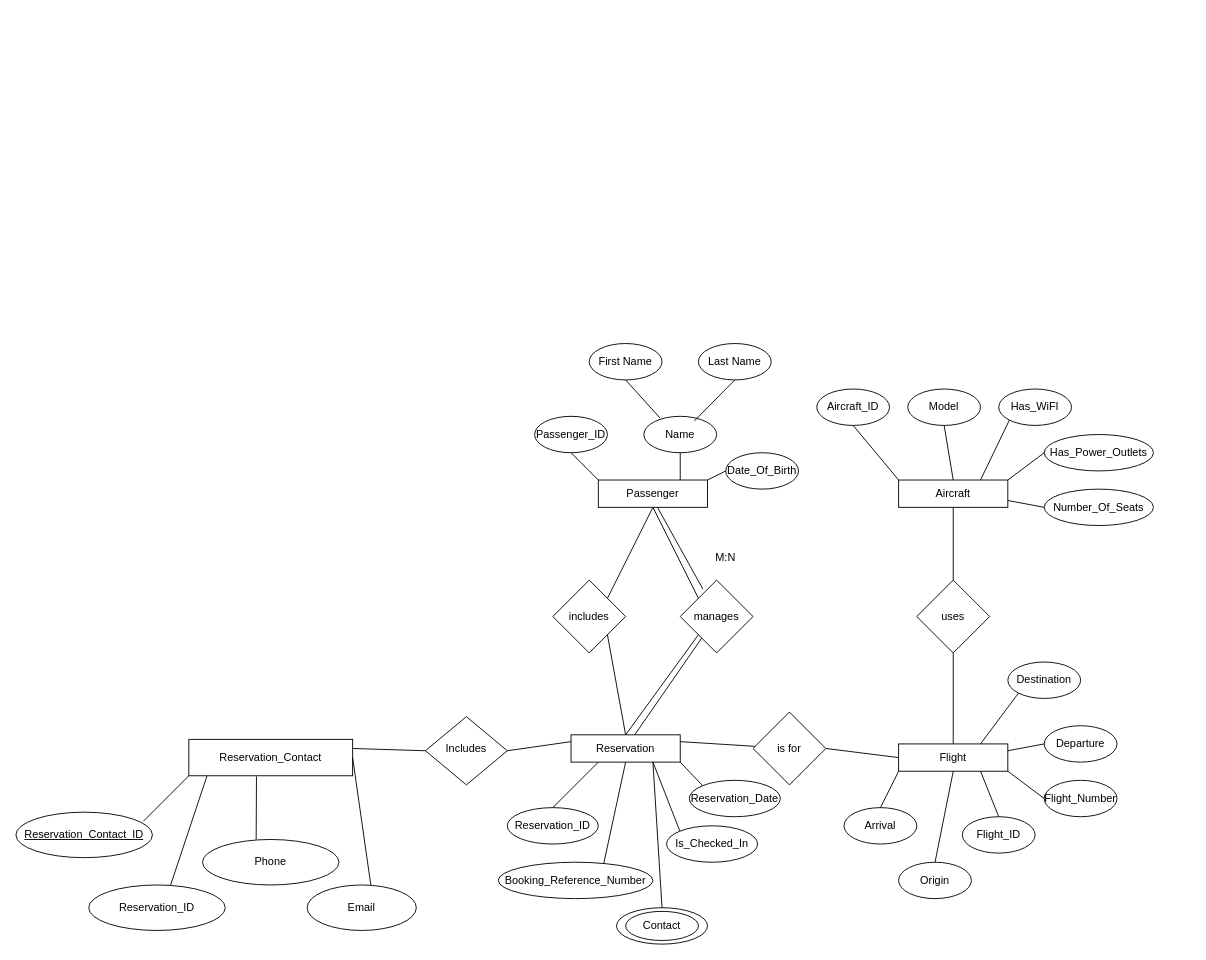
Earlier version of the draw.io diagram page "Page-1" (1 of 2) of diagrams/snoopy-airlines-eer.drawio (Persona5-Joker/4347-Database-Project-Snoopy-Airlines-). Source tidied: cells renumbered, new cells numbered last; positions are measured from the earlier drawing's top-left corner, leaving out a move shared by most shapes. Both pictures are drawn from the tidied source at 91%, with x=0, y=0 at pixel (15, 343).
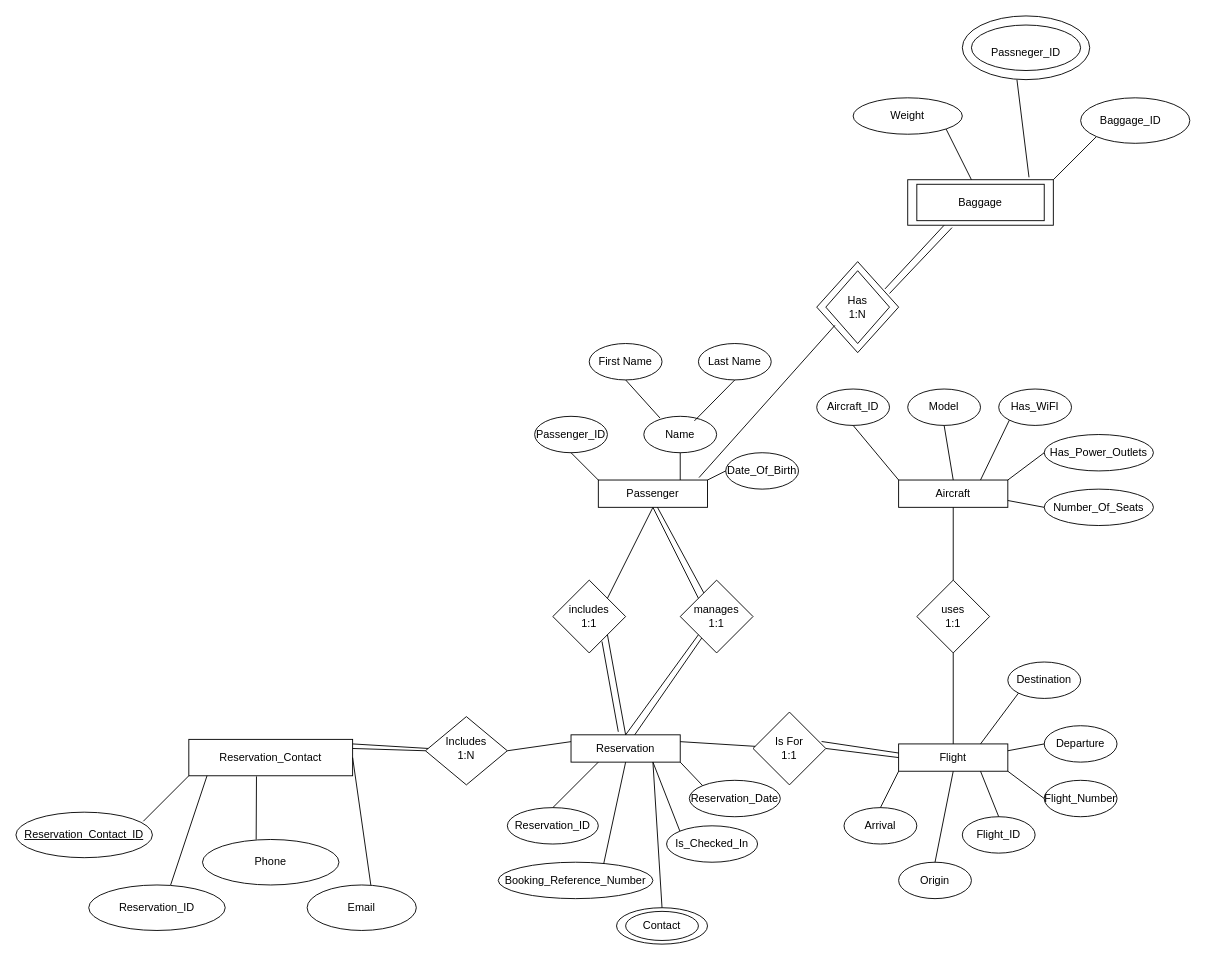
The same page after the edit.

Unchanged cells that the change refers to:
```xml
<mxCell id="2" value="Passenger" style="rounded=0;whiteSpace=wrap;html=1;" parent="1" vertex="1">
  <mxGeometry x="640" y="150" width="120" height="30" as="geometry" />
</mxCell>
<mxCell id="6" value="Reservation" style="rounded=0;whiteSpace=wrap;html=1;" parent="1" vertex="1">
  <mxGeometry x="610" y="430" width="120" height="30" as="geometry" />
</mxCell>
<mxCell id="76" style="rhombus;whiteSpace=wrap;html=1;" parent="1" vertex="1">
  <mxGeometry x="450" y="410" width="90" height="75" as="geometry" />
</mxCell>
```

What changed in the source:
```diff
@@
-    <mxCell id="5" value="uses" style="rhombus;whiteSpace=wrap;html=1;" parent="1" vertex="1">
+    <mxCell id="5" value="uses&lt;div&gt;1:1&lt;/div&gt;" style="rhombus;whiteSpace=wrap;html=1;" parent="1" vertex="1">
       <mxGeometry x="990" y="260" width="80" height="80" as="geometry" />
     </mxCell>
@@
-    <mxCell id="7" value="includes" style="rhombus;whiteSpace=wrap;html=1;" parent="1" vertex="1">
+    <mxCell id="7" value="includes&lt;div&gt;1:1&lt;/div&gt;" style="rhombus;whiteSpace=wrap;html=1;" parent="1" vertex="1">
       <mxGeometry x="590" y="260" width="80" height="80" as="geometry" />
     </mxCell>
@@
-    <mxCell id="10" value="is for" style="rhombus;whiteSpace=wrap;html=1;" parent="1" vertex="1">
+    <mxCell id="10" value="Is For&lt;div&gt;1:1&lt;/div&gt;" style="rhombus;whiteSpace=wrap;html=1;" parent="1" vertex="1">
       <mxGeometry x="810" y="405" width="80" height="80" as="geometry" />
     </mxCell>
@@
-    <mxCell id="15" value="manages" style="rhombus;whiteSpace=wrap;html=1;" parent="1" vertex="1">
+    <mxCell id="15" value="manages&lt;div&gt;1:1&lt;/div&gt;" style="rhombus;whiteSpace=wrap;html=1;" parent="1" vertex="1">
       <mxGeometry x="730" y="260" width="80" height="80" as="geometry" />
     </mxCell>
@@
-    <mxCell id="78" value="Includes" style="text;strokeColor=none;align=center;fillColor=none;html=1;verticalAlign=middle;whiteSpace=wrap;rounded=0;" parent="1" vertex="1">
+    <mxCell id="78" value="Includes&lt;div&gt;1:N&lt;/div&gt;" style="text;strokeColor=none;align=center;fillColor=none;html=1;verticalAlign=middle;whiteSpace=wrap;rounded=0;" parent="1" vertex="1">
       <mxGeometry x="465" y="430" width="60" height="30" as="geometry" />
     </mxCell>
@@
-    <mxCell id="80" value="M:N" style="text;strokeColor=none;align=center;fillColor=none;html=1;verticalAlign=middle;whiteSpace=wrap;rounded=0;" parent="1" vertex="1">
-      <mxGeometry x="750" y="220" width="60" height="30" as="geometry" />
-    </mxCell>
-    <mxCell id="81" style="endArrow=none;html=1;rounded=0;exitX=0.375;exitY=0.125;exitDx=0;exitDy=0;exitPerimeter=0;" parent="1" edge="1">
+    <mxCell id="81" style="endArrow=none;html=1;rounded=0;" parent="1" edge="1" source="15">
       <mxGeometry relative="1" as="geometry">
-        <mxPoint x="755" y="270" as="sourcePoint" />
         <mxPoint x="705" y="180" as="targetPoint" />
       </mxGeometry>
     </mxCell>
+    <mxCell id="82" style="rounded=0;whiteSpace=wrap;html=1;" parent="1" vertex="1">
+      <mxGeometry x="980" y="-180" width="160" height="50" as="geometry" />
+    </mxCell>
+    <mxCell id="83" style="endArrow=none;html=1;rounded=0;" parent="1" edge="1">
+      <mxGeometry relative="1" as="geometry">
+        <mxPoint x="1140" y="-180" as="sourcePoint" />
+        <mxPoint x="1190" y="-230" as="targetPoint" />
+      </mxGeometry>
+    </mxCell>
+    <mxCell id="84" style="ellipse;whiteSpace=wrap;html=1;" parent="1" vertex="1">
+      <mxGeometry x="1170" y="-270" width="120" height="50" as="geometry" />
+    </mxCell>
+    <mxCell id="85" value="Baggage_ID" style="text;strokeColor=none;align=center;fillColor=none;html=1;verticalAlign=middle;whiteSpace=wrap;rounded=0;" parent="1" vertex="1">
+      <mxGeometry x="1180" y="-260" width="90" height="30" as="geometry" />
+    </mxCell>
+    <mxCell id="86" style="endArrow=none;html=1;rounded=0;exitX=0.833;exitY=-0.053;exitDx=0;exitDy=0;exitPerimeter=0;" parent="1" edge="1" source="82">
+      <mxGeometry relative="1" as="geometry">
+        <mxPoint x="1100" y="-290" as="targetPoint" />
+      </mxGeometry>
+    </mxCell>
+    <mxCell id="87" style="ellipse;whiteSpace=wrap;html=1;" parent="1" vertex="1">
+      <mxGeometry x="1040" y="-360" width="140" height="70" as="geometry" />
+    </mxCell>
+    <mxCell id="88" style="ellipse;whiteSpace=wrap;html=1;" parent="1" vertex="1">
+      <mxGeometry x="1050" y="-350" width="120" height="50" as="geometry" />
+    </mxCell>
+    <mxCell id="89" value="Passneger_ID" style="text;strokeColor=none;align=center;fillColor=none;html=1;verticalAlign=middle;whiteSpace=wrap;rounded=0;" parent="1" vertex="1">
+      <mxGeometry x="1070" y="-340" width="80" height="40" as="geometry" />
+    </mxCell>
+    <mxCell id="90" style="rounded=0;whiteSpace=wrap;html=1;" parent="1" vertex="1">
+      <mxGeometry x="990" y="-175" width="140" height="40" as="geometry" />
+    </mxCell>
+    <mxCell id="91" value="Baggage" style="text;strokeColor=none;align=center;fillColor=none;html=1;verticalAlign=middle;whiteSpace=wrap;rounded=0;" parent="1" vertex="1">
+      <mxGeometry x="1010" y="-170" width="100" height="30" as="geometry" />
+    </mxCell>
+    <mxCell id="92" style="rhombus;whiteSpace=wrap;html=1;" parent="1" vertex="1">
+      <mxGeometry x="880" y="-90" width="90" height="100" as="geometry" />
+    </mxCell>
+    <mxCell id="93" style="rhombus;whiteSpace=wrap;html=1;" parent="1" vertex="1">
+      <mxGeometry x="890" y="-80" width="70" height="80" as="geometry" />
+    </mxCell>
+    <mxCell id="94" value="Has&lt;div&gt;1:N&lt;/div&gt;" style="text;strokeColor=none;align=center;fillColor=none;html=1;verticalAlign=middle;whiteSpace=wrap;rounded=0;" parent="1" vertex="1">
+      <mxGeometry x="895" y="-55" width="60" height="30" as="geometry" />
+    </mxCell>
+    <mxCell id="95" style="endArrow=none;html=1;rounded=0;exitX=0.922;exitY=-0.089;exitDx=0;exitDy=0;exitPerimeter=0;" parent="1" edge="1" source="2">
+      <mxGeometry relative="1" as="geometry">
+        <mxPoint x="900" y="-20" as="targetPoint" />
+      </mxGeometry>
+    </mxCell>
+    <mxCell id="96" style="endArrow=none;html=1;rounded=0;" parent="1" edge="1">
+      <mxGeometry relative="1" as="geometry">
+        <mxPoint x="955" y="-60" as="sourcePoint" />
+        <mxPoint x="1020" y="-130" as="targetPoint" />
+      </mxGeometry>
+    </mxCell>
+    <mxCell id="97" style="endArrow=none;html=1;rounded=0;" parent="1" edge="1">
+      <mxGeometry relative="1" as="geometry">
+        <mxPoint x="1050" y="-180" as="sourcePoint" />
+        <mxPoint x="1020" y="-240" as="targetPoint" />
+      </mxGeometry>
+    </mxCell>
+    <mxCell id="98" style="ellipse;whiteSpace=wrap;html=1;" parent="1" vertex="1">
+      <mxGeometry x="920" y="-270" width="120" height="40" as="geometry" />
+    </mxCell>
+    <mxCell id="99" value="Weight" style="text;strokeColor=none;align=center;fillColor=none;html=1;verticalAlign=middle;whiteSpace=wrap;rounded=0;" parent="1" vertex="1">
+      <mxGeometry x="940" y="-265" width="80" height="30" as="geometry" />
+    </mxCell>
+    <mxCell id="100" style="endArrow=none;html=1;rounded=0;entryX=0.304;entryY=1.053;entryDx=0;entryDy=0;entryPerimeter=0;" parent="1" edge="1" target="82">
+      <mxGeometry relative="1" as="geometry">
+        <mxPoint x="960" y="-55" as="sourcePoint" />
+      </mxGeometry>
+    </mxCell>
+    <mxCell id="101" style="endArrow=none;html=1;rounded=0;" parent="1" edge="1" target="76">
+      <mxGeometry relative="1" as="geometry">
+        <mxPoint x="370" y="440" as="sourcePoint" />
+      </mxGeometry>
+    </mxCell>
+    <mxCell id="102" style="endArrow=none;html=1;rounded=0;exitX=0.942;exitY=0.404;exitDx=0;exitDy=0;exitPerimeter=0;" parent="1" edge="1" source="10">
+      <mxGeometry relative="1" as="geometry">
+        <mxPoint x="970" y="450" as="targetPoint" />
+      </mxGeometry>
+    </mxCell>
+    <mxCell id="103" style="endArrow=none;html=1;rounded=0;exitX=0.433;exitY=-0.111;exitDx=0;exitDy=0;exitPerimeter=0;entryX=0.675;entryY=0.842;entryDx=0;entryDy=0;entryPerimeter=0;" parent="1" edge="1" source="6" target="7">
+      <mxGeometry relative="1" as="geometry" />
+    </mxCell>
```
